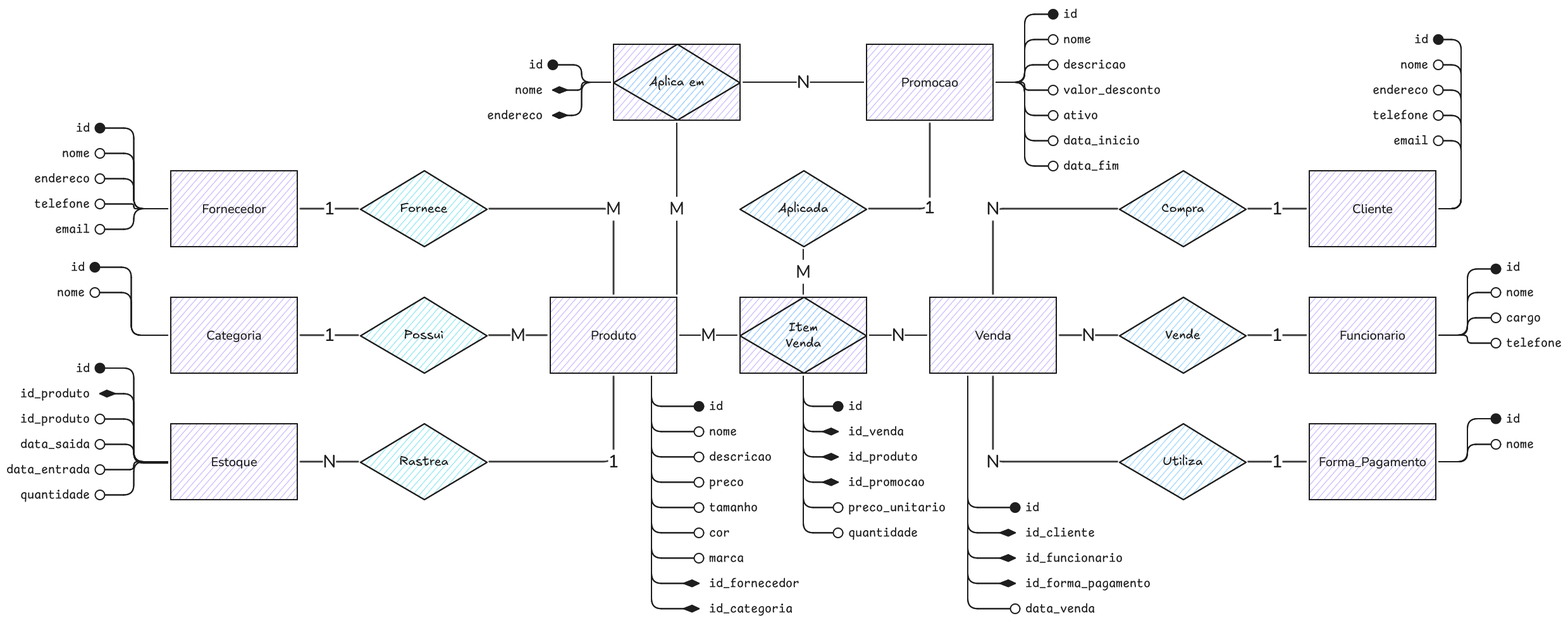
Kacaii/senac-databank-02 keeps this Excalidraw diagram as BD_ProjetoTrio_P1/Loja_De_Roupas/MER/MER.excalidraw.png. Above is the earlier version. Source tidied: one line per element, renumbered; positions are measured from the earlier drawing's top-left corner, leaving out a move shared by most shapes.
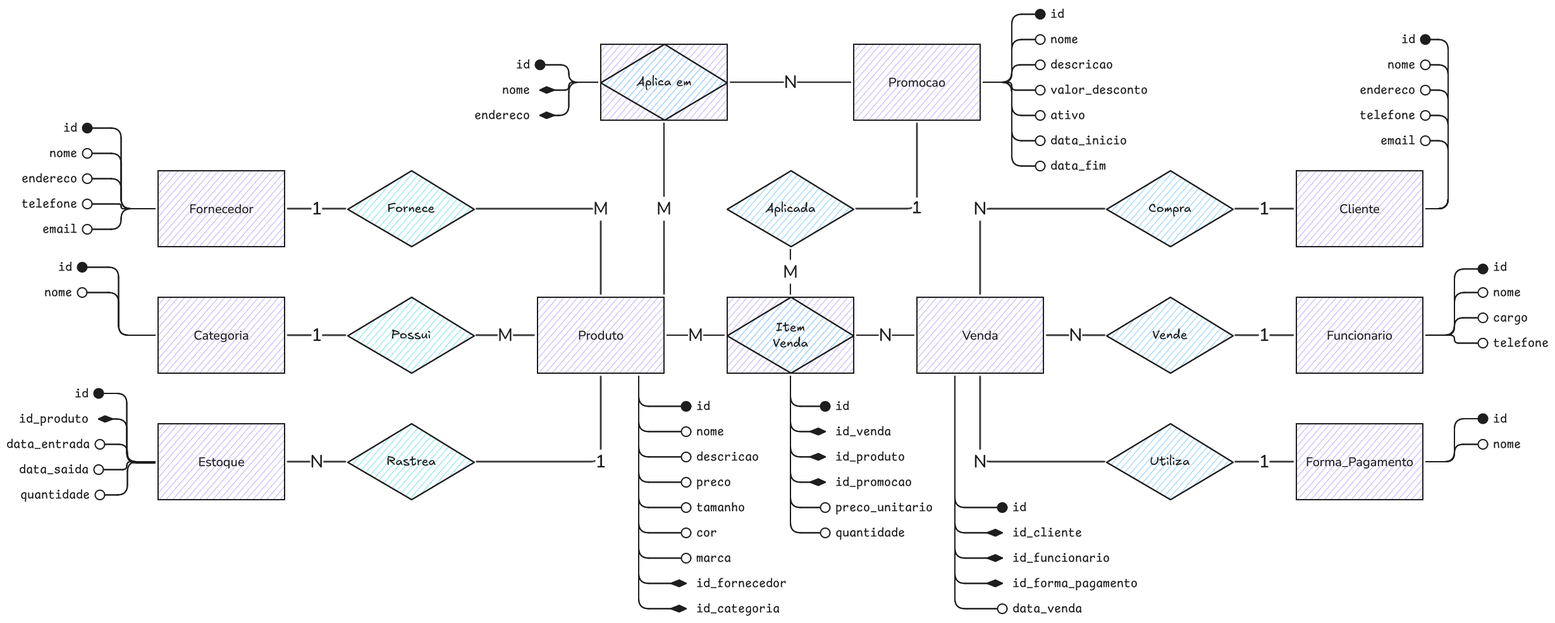
After the change.

Commit message:
fix duplicated field on MER

The edit, as a diff of the source:
```diff
@@ -72,7 +72,7 @@
 {"id": 71, "type": "text", "text": "1", "strokeColor": "#1e1e1e", "backgroundColor": "#d0bfff", "fillStyle": "hachure", "strokeWidth": 2, "roughness": 0, "fontSize": 28, "fontFamily": 8, "textAlign": "center", "verticalAlign": "middle", "inside": 70, "x": 1452, "y": 302, "width": 15, "height": 35}
 {"id": 72, "type": "arrow", "strokeColor": "#1e1e1e", "backgroundColor": "#d0bfff", "fillStyle": "hachure", "strokeWidth": 2, "roughness": 0, "from": 26, "to": 67, "x": 1260, "y": 384, "width": 0, "height": 71, "points": [[0, 0], [0, 71]]}
 {"id": 73, "type": "text", "text": "M", "strokeColor": "#1e1e1e", "backgroundColor": "#d0bfff", "fillStyle": "hachure", "strokeWidth": 2, "roughness": 0, "fontSize": 28, "fontFamily": 6, "textAlign": "center", "verticalAlign": "middle", "inside": 72, "x": 1248, "y": 401, "width": 24, "height": 38}
-{"id": 74, "type": "text", "text": "id ", "strokeColor": "#1e1e1e", "strokeWidth": 2, "roughness": 1, "fontSize": 20, "fontFamily": 8, "textAlign": "right", "x": 110, "y": 560, "width": 33, "height": 25}
+{"id": 74, "type": "text", "text": "id ", "strokeColor": "#1e1e1e", "strokeWidth": 2, "roughness": 1, "fontSize": 20, "fontFamily": 8, "textAlign": "right", "x": 128, "y": 600, "width": 33, "height": 25}
 {"id": 75, "type": "text", "text": "id ", "strokeColor": "#1e1e1e", "strokeWidth": 2, "roughness": 1, "fontSize": 20, "fontFamily": 8, "textAlign": "right", "x": 2226, "y": 40, "width": 33, "height": 25}
 {"id": 76, "type": "text", "text": " id ", "strokeColor": "#1e1e1e", "strokeWidth": 2, "roughness": 1, "fontSize": 20, "fontFamily": 8, "x": 1660, "y": 0, "width": 44, "height": 25}
 {"id": 77, "type": "text", "text": " id", "strokeColor": "#1e1e1e", "strokeWidth": 2, "roughness": 1, "fontSize": 20, "fontFamily": 8, "x": 1100, "y": 620, "width": 33, "height": 25}
@@ -83,15 +83,14 @@
 {"id": 82, "type": "text", "text": "id ", "strokeColor": "#1e1e1e", "strokeWidth": 2, "roughness": 1, "fontSize": 20, "fontFamily": 8, "textAlign": "right", "x": 110, "y": 180, "width": 33, "height": 25}
 {"id": 83, "type": "text", "text": "id ", "strokeColor": "#1e1e1e", "strokeWidth": 2, "roughness": 1, "fontSize": 20, "fontFamily": 8, "textAlign": "right", "x": 826, "y": 80, "width": 33, "height": 25}
 {"id": 84, "type": "text", "text": "id ", "strokeColor": "#1e1e1e", "strokeWidth": 2, "roughness": 1, "fontSize": 20, "fontFamily": 8, "textAlign": "right", "x": 102, "y": 400, "width": 33, "height": 25}
-{"id": 85, "type": "arrow", "strokeColor": "#1e1e1e", "strokeWidth": 2, "roughness": 0, "endArrowhead": "circle", "from": 8, "to": 74, "x": 255, "y": 722, "width": 107, "height": 150, "points": [[0, 0], [-54, 0], [-54, -150], [-107, -150]]}
+{"id": 85, "type": "arrow", "strokeColor": "#1e1e1e", "strokeWidth": 2, "roughness": 0, "endArrowhead": "circle", "from": 8, "to": 74, "x": 255, "y": 722, "width": 89, "height": 110, "points": [[0, 0], [-44, 0], [-44, -110], [-89, -110]]}
-{"id": 86, "type": "text", "text": "id_produto ", "strokeColor": "#1e1e1e", "strokeWidth": 2, "roughness": 1, "fontSize": 20, "fontFamily": 8, "textAlign": "right", "x": 22, "y": 640, "width": 121, "height": 25}
 {"id": 87, "type": "text", "text": "endereco ", "strokeColor": "#1e1e1e", "strokeWidth": 2, "roughness": 1, "fontSize": 20, "fontFamily": 8, "textAlign": "right", "x": 2160, "y": 120, "width": 99, "height": 25}
 {"id": 88, "type": "text", "text": " descricao", "strokeColor": "#1e1e1e", "strokeWidth": 2, "roughness": 1, "fontSize": 20, "fontFamily": 8, "x": 1660, "y": 80, "width": 110, "height": 25}
 {"id": 89, "type": "text", "text": " descricao", "strokeColor": "#1e1e1e", "strokeWidth": 2, "roughness": 1, "fontSize": 20, "fontFamily": 8, "x": 1100, "y": 700, "width": 110, "height": 25}
 {"id": 90, "type": "text", "text": " id_produto", "strokeColor": "#1e1e1e", "strokeWidth": 2, "roughness": 1, "fontSize": 20, "fontFamily": 8, "x": 1320, "y": 700, "width": 121, "height": 25}
 {"id": 91, "type": "text", "text": " id_funcionario", "strokeColor": "#1e1e1e", "strokeWidth": 2, "roughness": 1, "fontSize": 20, "fontFamily": 8, "x": 1600, "y": 860, "width": 165, "height": 25}
 {"id": 92, "type": "text", "text": " cargo", "strokeColor": "#1e1e1e", "strokeWidth": 2, "roughness": 1, "fontSize": 20, "fontFamily": 8, "x": 2360, "y": 480, "width": 66, "height": 25}
-{"id": 93, "type": "text", "text": "id_produto ", "strokeColor": "#1e1e1e", "strokeWidth": 2, "roughness": 1, "fontSize": 20, "fontFamily": 8, "textAlign": "right", "x": 22, "y": 600, "width": 121, "height": 25}
+{"id": 93, "type": "text", "text": "id_produto ", "strokeColor": "#1e1e1e", "strokeWidth": 2, "roughness": 1, "fontSize": 20, "fontFamily": 8, "textAlign": "right", "x": 40, "y": 640, "width": 121, "height": 25}
 {"id": 94, "type": "text", "text": "nome ", "strokeColor": "#1e1e1e", "strokeWidth": 2, "roughness": 1, "fontSize": 20, "fontFamily": 8, "textAlign": "right", "x": 2204, "y": 80, "width": 55, "height": 25}
 {"id": 95, "type": "text", "text": " nome", "strokeColor": "#1e1e1e", "strokeWidth": 2, "roughness": 1, "fontSize": 20, "fontFamily": 8, "x": 1660, "y": 40, "width": 55, "height": 25}
 {"id": 96, "type": "text", "text": " nome", "strokeColor": "#1e1e1e", "strokeWidth": 2, "roughness": 1, "fontSize": 20, "fontFamily": 8, "x": 1100, "y": 660, "width": 55, "height": 25}
@@ -102,7 +101,7 @@
 {"id": 101, "type": "text", "text": "nome ", "strokeColor": "#1e1e1e", "strokeWidth": 2, "roughness": 1, "fontSize": 20, "fontFamily": 8, "textAlign": "right", "x": 88, "y": 220, "width": 55, "height": 25}
 {"id": 102, "type": "text", "text": "nome ", "strokeColor": "#1e1e1e", "strokeWidth": 2, "roughness": 1, "fontSize": 20, "fontFamily": 8, "textAlign": "right", "x": 804, "y": 120, "width": 55, "height": 25}
 {"id": 103, "type": "text", "text": "nome ", "strokeColor": "#1e1e1e", "strokeWidth": 2, "roughness": 1, "fontSize": 20, "fontFamily": 8, "textAlign": "right", "x": 80, "y": 440, "width": 55, "height": 25}
-{"id": 104, "type": "text", "text": "data_saida ", "strokeColor": "#1e1e1e", "strokeWidth": 2, "roughness": 1, "fontSize": 20, "fontFamily": 8, "textAlign": "right", "x": 22, "y": 680, "width": 121, "height": 25}
+{"id": 104, "type": "text", "text": "data_saida ", "strokeColor": "#1e1e1e", "strokeWidth": 2, "roughness": 1, "fontSize": 20, "fontFamily": 8, "textAlign": "right", "x": 40, "y": 720, "width": 121, "height": 25}
 {"id": 105, "type": "text", "text": "telefone ", "strokeColor": "#1e1e1e", "strokeWidth": 2, "roughness": 1, "fontSize": 20, "fontFamily": 8, "textAlign": "right", "x": 2160, "y": 160, "width": 99, "height": 25}
 {"id": 106, "type": "text", "text": " valor_desconto", "strokeColor": "#1e1e1e", "strokeWidth": 2, "roughness": 1, "fontSize": 20, "fontFamily": 8, "x": 1660, "y": 120, "width": 165, "height": 25}
 {"id": 107, "type": "text", "text": " preco", "strokeColor": "#1e1e1e", "strokeWidth": 2, "roughness": 1, "fontSize": 20, "fontFamily": 8, "x": 1100, "y": 740, "width": 66, "height": 25}
@@ -111,7 +110,7 @@
 {"id": 110, "type": "text", "text": " telefone", "strokeColor": "#1e1e1e", "strokeWidth": 2, "roughness": 1, "fontSize": 20, "fontFamily": 8, "x": 2360, "y": 520, "width": 99, "height": 25}
 {"id": 111, "type": "text", "text": "endereco ", "strokeColor": "#1e1e1e", "strokeWidth": 2, "roughness": 1, "fontSize": 20, "fontFamily": 8, "textAlign": "right", "x": 44, "y": 260, "width": 99, "height": 25}
 {"id": 112, "type": "text", "text": "endereco ", "strokeColor": "#1e1e1e", "strokeWidth": 2, "roughness": 1, "fontSize": 20, "fontFamily": 8, "textAlign": "right", "x": 760, "y": 160, "width": 99, "height": 25}
-{"id": 113, "type": "text", "text": "data_entrada ", "strokeColor": "#1e1e1e", "strokeWidth": 2, "roughness": 1, "fontSize": 20, "fontFamily": 8, "textAlign": "right", "x": 0, "y": 720, "width": 143, "height": 25}
+{"id": 113, "type": "text", "text": "data_entrada ", "strokeColor": "#1e1e1e", "strokeWidth": 2, "roughness": 1, "fontSize": 20, "fontFamily": 8, "textAlign": "right", "x": 20, "y": 680, "width": 143, "height": 25}
 {"id": 114, "type": "text", "text": "email ", "strokeColor": "#1e1e1e", "strokeWidth": 2, "roughness": 1, "fontSize": 20, "fontFamily": 8, "textAlign": "right", "x": 2193, "y": 200, "width": 66, "height": 25}
 {"id": 115, "type": "text", "text": " ativo", "strokeColor": "#1e1e1e", "strokeWidth": 2, "roughness": 1, "fontSize": 20, "fontFamily": 8, "x": 1660, "y": 160, "width": 66, "height": 25}
 {"id": 116, "type": "text", "text": " tamanho", "strokeColor": "#1e1e1e", "strokeWidth": 2, "roughness": 1, "fontSize": 20, "fontFamily": 8, "x": 1100, "y": 780, "width": 88, "height": 25}
@@ -119,7 +118,7 @@
 {"id": 118, "type": "text", "text": " quantidade", "strokeColor": "#1e1e1e", "strokeWidth": 2, "roughness": 1, "fontSize": 20, "fontFamily": 8, "x": 1320, "y": 820, "width": 121, "height": 25}
 {"id": 119, "type": "text", "text": " data_venda", "strokeColor": "#1e1e1e", "strokeWidth": 2, "roughness": 1, "fontSize": 20, "fontFamily": 8, "x": 1600, "y": 940, "width": 121, "height": 25}
 {"id": 120, "type": "text", "text": "telefone ", "strokeColor": "#1e1e1e", "strokeWidth": 2, "roughness": 1, "fontSize": 20, "fontFamily": 8, "textAlign": "right", "x": 44, "y": 300, "width": 99, "height": 25}
-{"id": 121, "type": "text", "text": "quantidade ", "strokeColor": "#1e1e1e", "strokeWidth": 2, "roughness": 1, "fontSize": 20, "fontFamily": 8, "textAlign": "right", "x": 22, "y": 760, "width": 121, "height": 25}
+{"id": 121, "type": "text", "text": "quantidade ", "strokeColor": "#1e1e1e", "strokeWidth": 2, "roughness": 1, "fontSize": 20, "fontFamily": 8, "textAlign": "right", "x": 42, "y": 760, "width": 121, "height": 25}
 {"id": 122, "type": "text", "text": " data_inicio", "strokeColor": "#1e1e1e", "strokeWidth": 2, "roughness": 1, "fontSize": 20, "fontFamily": 8, "x": 1660, "y": 200, "width": 132, "height": 25}
 {"id": 123, "type": "text", "text": " cor", "strokeColor": "#1e1e1e", "strokeWidth": 2, "roughness": 1, "fontSize": 20, "fontFamily": 8, "x": 1100, "y": 820, "width": 44, "height": 25}
 {"id": 124, "type": "text", "text": " id_fornecedor", "strokeColor": "#1e1e1e", "strokeWidth": 2, "roughness": 1, "fontSize": 20, "fontFamily": 8, "x": 1100, "y": 900, "width": 154, "height": 25}
@@ -127,10 +126,9 @@
 {"id": 126, "type": "text", "text": " marca", "strokeColor": "#1e1e1e", "strokeWidth": 2, "roughness": 1, "fontSize": 20, "fontFamily": 8, "x": 1100, "y": 860, "width": 66, "height": 25}
 {"id": 127, "type": "text", "text": " id_categoria", "strokeColor": "#1e1e1e", "strokeWidth": 2, "roughness": 1, "fontSize": 20, "fontFamily": 8, "x": 1100, "y": 940, "width": 143, "height": 25}
 {"id": 128, "type": "text", "text": "email ", "strokeColor": "#1e1e1e", "strokeWidth": 2, "roughness": 1, "fontSize": 20, "fontFamily": 8, "textAlign": "right", "x": 77, "y": 340, "width": 66, "height": 25}
-{"id": 129, "type": "arrow", "strokeColor": "#1e1e1e", "strokeWidth": 2, "roughness": 0, "endArrowhead": "circle_outline", "from": 8, "to": 86, "x": 255, "y": 720, "width": 107, "height": 68, "points": [[0, 0], [-54, 0], [-54, -68], [-107, -68]]}
-{"id": 130, "type": "arrow", "strokeColor": "#1e1e1e", "strokeWidth": 2, "roughness": 0, "endArrowhead": "circle_outline", "from": 8, "to": 104, "x": 255, "y": 720, "width": 107, "height": 28, "points": [[0, 0], [-54, 0], [-54, -28], [-107, -28]]}
+{"id": 130, "type": "arrow", "strokeColor": "#1e1e1e", "strokeWidth": 2, "roughness": 0, "endArrowhead": "circle_outline", "from": 8, "to": 104, "x": 255, "y": 720, "width": 89, "height": 12, "points": [[0, 0], [-44, 0], [-44, 12], [-89, 12]]}
-{"id": 131, "type": "arrow", "strokeColor": "#1e1e1e", "strokeWidth": 2, "roughness": 0, "endArrowhead": "circle_outline", "from": 8, "to": 113, "x": 255, "y": 720, "width": 107, "height": 12, "points": [[0, 0], [-54, 0], [-54, 12], [-107, 12]]}
+{"id": 131, "type": "arrow", "strokeColor": "#1e1e1e", "strokeWidth": 2, "roughness": 0, "endArrowhead": "circle_outline", "from": 8, "to": 113, "x": 255, "y": 720, "width": 87, "height": 28, "points": [[0, 0], [-44, 0], [-44, -28], [-87, -28]]}
-{"id": 132, "type": "arrow", "strokeColor": "#1e1e1e", "strokeWidth": 2, "roughness": 0, "endArrowhead": "circle_outline", "from": 8, "to": 121, "x": 255, "y": 720, "width": 107, "height": 52, "points": [[0, 0], [-54, 0], [-54, 52], [-107, 52]]}
+{"id": 132, "type": "arrow", "strokeColor": "#1e1e1e", "strokeWidth": 2, "roughness": 0, "endArrowhead": "circle_outline", "from": 8, "to": 121, "x": 255, "y": 720, "width": 87, "height": 52, "points": [[0, 0], [-44, 0], [-44, 52], [-87, 52]]}
 {"id": 133, "type": "arrow", "strokeColor": "#1e1e1e", "strokeWidth": 2, "roughness": 0, "endArrowhead": "circle", "from": 2, "to": 84, "x": 255, "y": 520, "width": 115, "height": 108, "points": [[0, 0], [-58, 0], [-58, -108], [-115, -108]]}
 {"id": 134, "type": "arrow", "strokeColor": "#1e1e1e", "strokeWidth": 2, "roughness": 0, "endArrowhead": "circle_outline", "from": 2, "to": 103, "x": 255, "y": 520, "width": 115, "height": 68, "points": [[0, 0], [-58, 0], [-58, -68], [-115, -68]]}
 {"id": 135, "type": "arrow", "strokeColor": "#1e1e1e", "strokeWidth": 2, "roughness": 0, "endArrowhead": "circle", "from": 10, "to": 82, "x": 255, "y": 320, "width": 107, "height": 128, "points": [[0, 0], [-54, 0], [-54, -128], [-107, -128]]}
@@ -138,7 +136,7 @@
 {"id": 137, "type": "arrow", "strokeColor": "#1e1e1e", "strokeWidth": 2, "roughness": 0, "endArrowhead": "circle_outline", "from": 10, "to": 111, "x": 255, "y": 320, "width": 107, "height": 48, "points": [[0, 0], [-54, 0], [-54, -48], [-107, -48]]}
 {"id": 138, "type": "arrow", "strokeColor": "#1e1e1e", "strokeWidth": 2, "roughness": 0, "endArrowhead": "circle_outline", "from": 10, "to": 120, "x": 255, "y": 320, "width": 107, "height": 8, "points": [[0, 0], [-54, 0], [-54, -8], [-107, -8]]}
 {"id": 139, "type": "arrow", "strokeColor": "#1e1e1e", "strokeWidth": 2, "roughness": 0, "endArrowhead": "circle_outline", "from": 10, "to": 128, "x": 255, "y": 320, "width": 107, "height": 32, "points": [[0, 0], [-54, 0], [-54, 32], [-107, 32]]}
-{"id": 140, "type": "arrow", "strokeColor": "#1e1e1e", "strokeWidth": 2, "roughness": 0, "endArrowhead": "diamond", "from": 8, "to": 93, "x": 255, "y": 720, "width": 107, "height": 108, "points": [[0, 0], [-54, 0], [-54, -108], [-107, -108]]}
+{"id": 140, "type": "arrow", "strokeColor": "#1e1e1e", "strokeWidth": 2, "roughness": 0, "endArrowhead": "diamond", "from": 8, "to": 93, "x": 255, "y": 720, "width": 89, "height": 68, "points": [[0, 0], [-44, 0], [-44, -68], [-89, -68]]}
 {"id": 141, "type": "arrow", "strokeColor": "#1e1e1e", "strokeWidth": 2, "roughness": 0, "endArrowhead": "diamond", "from": 64, "to": 102, "x": 955, "y": 120, "width": 91, "height": 12, "points": [[0, 0], [-46, 0], [-46, 12], [-91, 12]]}
 {"id": 142, "type": "arrow", "strokeColor": "#1e1e1e", "strokeWidth": 2, "roughness": 0, "endArrowhead": "diamond", "from": 64, "to": 112, "x": 955, "y": 120, "width": 91, "height": 52, "points": [[0, 0], [-46, 0], [-46, 52], [-91, 52]]}
 {"id": 143, "type": "arrow", "strokeColor": "#1e1e1e", "strokeWidth": 2, "roughness": 0, "endArrowhead": "circle", "from": 64, "to": 83, "x": 955, "y": 120, "width": 91, "height": 28, "points": [[0, 0], [-46, 0], [-46, -28], [-91, -28]]}
```
